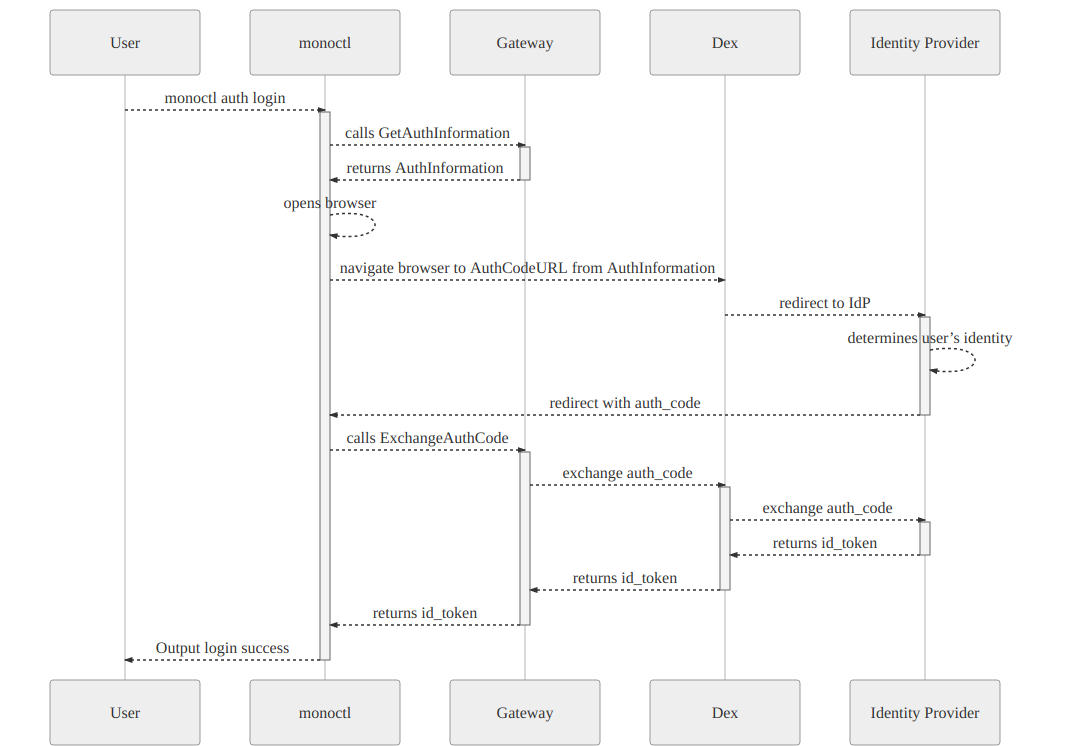
This is docs/flow-charts/images/sd-monoctl-auth.mmd.png from finleap-connect/monoskope, a Mermaid export, as it was before one commit. Its source is kept beside it as docs/flow-charts/sd-monoctl-auth.mmd.
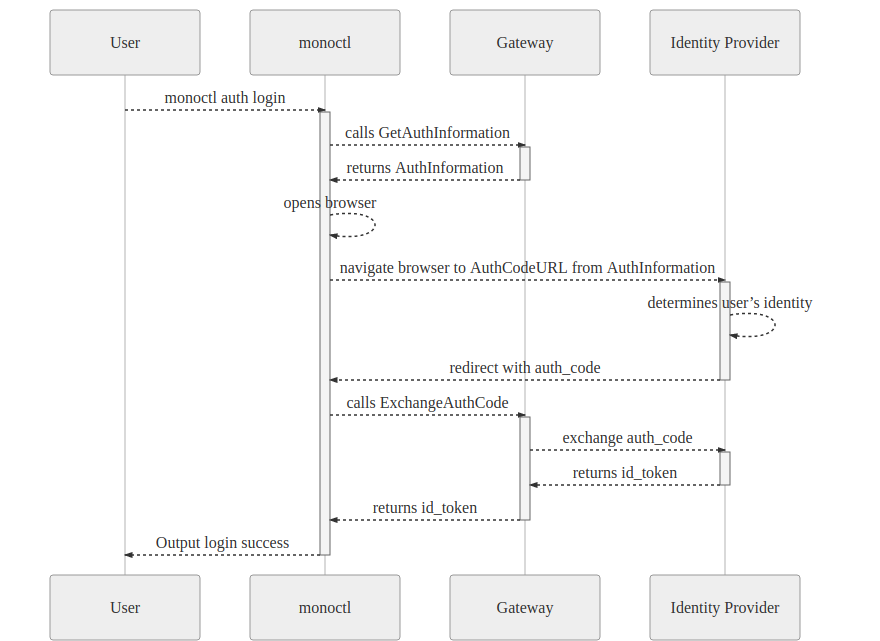
The same diagram one commit later.

The edit, as a diff of the source:
```diff
@@ -2,20 +2,16 @@
     participant U as User
     participant M as monoctl
     participant G as Gateway
-    participant D as Dex
     participant I as Identity Provider
     U-->>+M: monoctl auth login
     M-->>+G: calls GetAuthInformation
     G-->>-M: returns AuthInformation
     M-->>M: opens browser
-    M-->>D: navigate browser to AuthCodeURL from AuthInformation
-    D-->>+I: redirect to IdP
+    M-->>+I: navigate browser to AuthCodeURL from AuthInformation
     I-->>I: determines user’s identity
     I-->>-M: redirect with auth_code
     M-->>+G: calls ExchangeAuthCode
-    G-->>+D: exchange auth_code
-    D-->>+I: exchange auth_code
-    I-->>-D: returns id_token
-    D-->>-G: returns id_token
+    G-->>+I: exchange auth_code
+    I-->>-G: returns id_token
     G-->>-M: returns id_token
     M-->>-U: Output login success
```
